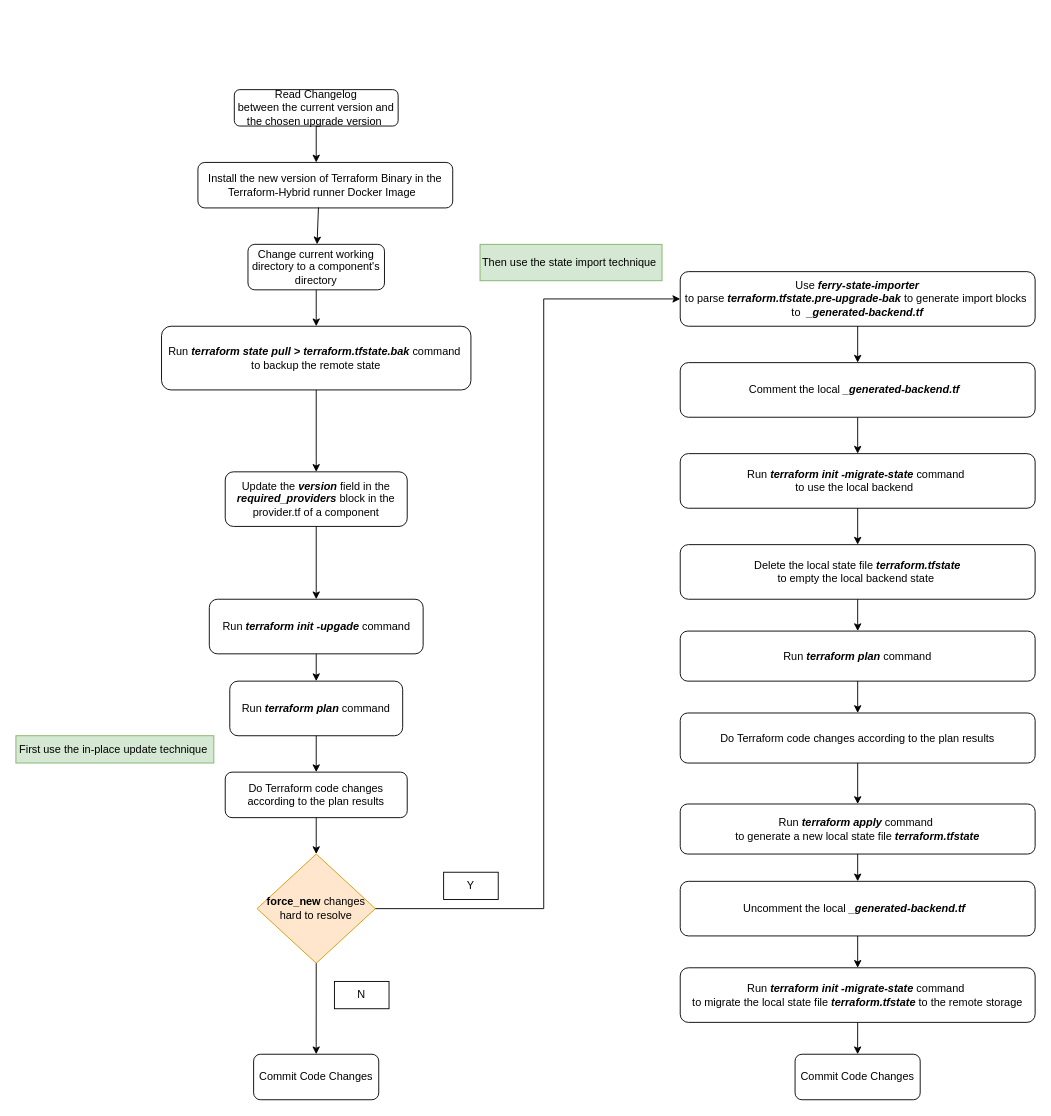
Earlier version of the draw.io diagram page "terraform-providers-upgrade-steps" (4 of 4) of terraform-version-chosen-strategy.drawio (YanshanSong/draw.io). Source tidied: cells renumbered, new cells numbered last; positions are measured from the earlier drawing's top-left corner, leaving out a move shared by most shapes. Both pictures are drawn from the tidied source at 91%, with x=0, y=0 at pixel (15, 89).
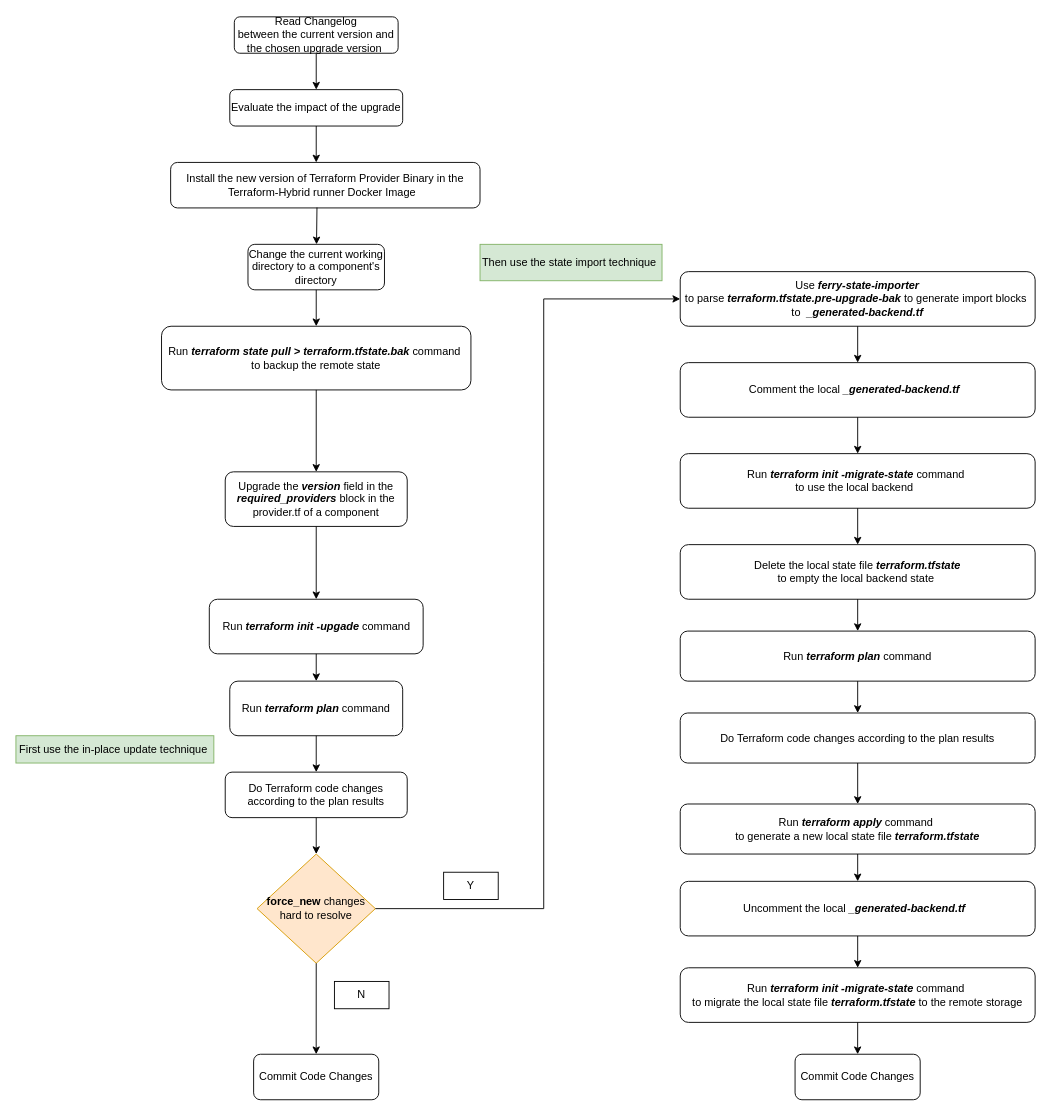
After the change.

Diff of the diagram source:
```diff
@@
     <mxCell id="2" value="Read Changelog&lt;div&gt;between the current version and the chosen upgrade version&amp;nbsp;&lt;/div&gt;" style="rounded=1;whiteSpace=wrap;html=1;" parent="1" vertex="1">
-      <mxGeometry x="240" width="180" height="40" as="geometry" />
+      <mxGeometry x="240" y="-80" width="180" height="40" as="geometry" />
     </mxCell>
-    <mxCell id="3" value="Install the new version of Terraform Binary in the Terraform-Hybrid runner Docker Image&amp;nbsp;&amp;nbsp;" style="rounded=1;whiteSpace=wrap;html=1;" parent="1" vertex="1">
-      <mxGeometry x="200" y="80" width="280" height="50" as="geometry" />
+    <mxCell id="3" value="Install the new version of Terraform Provider Binary in the Terraform-Hybrid runner Docker Image&amp;nbsp;&amp;nbsp;" style="rounded=1;whiteSpace=wrap;html=1;" parent="1" vertex="1">
+      <mxGeometry x="170" y="80" width="340" height="50" as="geometry" />
     </mxCell>
-    <mxCell id="4" value="Update the &lt;b&gt;&lt;i&gt;version&lt;/i&gt;&lt;/b&gt;&amp;nbsp;field in the &lt;b&gt;&lt;i&gt;required_providers&lt;/i&gt;&lt;/b&gt; block in the provider.tf of a component" style="rounded=1;whiteSpace=wrap;html=1;" parent="1" vertex="1">
+    <mxCell id="4" value="Upgrade the &lt;b&gt;&lt;i&gt;version&lt;/i&gt;&lt;/b&gt;&amp;nbsp;field in the &lt;b&gt;&lt;i&gt;required_providers&lt;/i&gt;&lt;/b&gt; block in the provider.tf of a component" style="rounded=1;whiteSpace=wrap;html=1;" parent="1" vertex="1">
       <mxGeometry x="230" y="420" width="200" height="60" as="geometry" />
     </mxCell>
@@
-    <mxCell id="9" value="Change current working directory to a component's directory" style="rounded=1;whiteSpace=wrap;html=1;" parent="1" vertex="1">
+    <mxCell id="9" value="Change the current working directory to a component's directory" style="rounded=1;whiteSpace=wrap;html=1;" parent="1" vertex="1">
       <mxGeometry x="255" y="170" width="150" height="50" as="geometry" />
     </mxCell>
@@
-    <mxCell id="34" style="endArrow=classic;html=1;rounded=0;exitX=0.5;exitY=1;exitDx=0;exitDy=0;" parent="1" edge="1" source="2">
-      <mxGeometry relative="1" as="geometry">
-        <mxPoint x="330" y="80" as="targetPoint" />
-      </mxGeometry>
-    </mxCell>
@@
+    <mxCell id="45" value="Evaluate the impact of the upgrade" style="rounded=1;whiteSpace=wrap;html=1;" parent="1" vertex="1">
+      <mxGeometry x="235" width="190" height="40" as="geometry" />
+    </mxCell>
+    <mxCell id="46" style="endArrow=classic;html=1;rounded=0;exitX=0.5;exitY=1;exitDx=0;exitDy=0;" parent="1" edge="1" source="2" target="45">
+      <mxGeometry relative="1" as="geometry" />
+    </mxCell>
+    <mxCell id="47" style="endArrow=classic;html=1;rounded=0;exitX=0.5;exitY=1;exitDx=0;exitDy=0;" parent="1" edge="1" source="45">
+      <mxGeometry relative="1" as="geometry">
+        <mxPoint x="330" y="80" as="targetPoint" />
+      </mxGeometry>
+    </mxCell>
```
